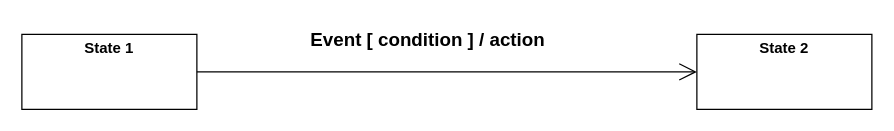
yahyamallak/UML keeps this draw.io diagram as page "Transition State" (6 of 6) of Diagram.drawio. Above is the earlier version. Source tidied: cells renumbered, new cells numbered last; positions are measured from the earlier drawing's top-left corner, leaving out a move shared by most shapes. Both pictures are drawn from the tidied source at 125%, with x=0, y=0 at pixel (21, 21).
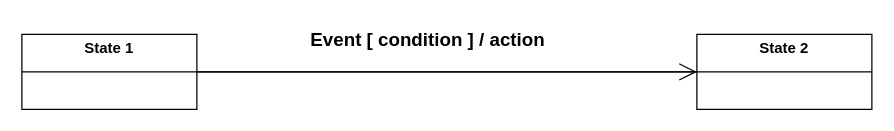
Above is the later version.

What changed in the source:
```diff
@@
 <mxGraphModel>
   <root>
     <mxCell id="0" />
     <mxCell id="1" parent="0" />
     <mxCell id="2" value="&lt;p style=&quot;margin: 0px ; margin-top: 4px ; text-align: center&quot;&gt;&lt;/p&gt;&lt;div style=&quot;text-align: center ; height: 2px&quot;&gt;&lt;b&gt;State 2&lt;/b&gt;&lt;/div&gt;" style="verticalAlign=top;align=left;overflow=fill;fontSize=12;fontFamily=Helvetica;html=1;" parent="1" vertex="1">
       <mxGeometry x="540" y="10" width="140" height="60" as="geometry" />
     </mxCell>
     <mxCell id="3" value="&lt;p style=&quot;margin: 0px ; margin-top: 4px ; text-align: center&quot;&gt;&lt;b&gt;State 1&lt;/b&gt;&lt;/p&gt;" style="verticalAlign=top;align=left;overflow=fill;fontSize=12;fontFamily=Helvetica;html=1;" parent="1" vertex="1">
       <mxGeometry y="10" width="140" height="60" as="geometry" />
     </mxCell>
     <mxCell id="4" style="endArrow=open;endFill=1;endSize=12;html=1;rounded=0;entryX=0;entryY=0.5;entryDx=0;entryDy=0;exitX=1;exitY=0.5;exitDx=0;exitDy=0;" parent="1" edge="1" source="3" target="2">
       <mxGeometry relative="1" as="geometry" />
     </mxCell>
     <mxCell id="5" value="Event [ condition ] / action" style="text;align=center;fontStyle=1;verticalAlign=middle;spacingLeft=3;spacingRight=3;strokeColor=none;fontSize=15;" parent="1" vertex="1">
       <mxGeometry x="220" width="210" height="26" as="geometry" />
     </mxCell>
+    <mxCell id="6" style="line;strokeWidth=1;fillColor=none;align=left;verticalAlign=middle;spacingTop=-1;spacingLeft=3;spacingRight=3;labelPosition=right;fontSize=15;" parent="1" vertex="1">
+      <mxGeometry y="36" width="680" height="8" as="geometry" />
+    </mxCell>
   </root>
 </mxGraphModel>
```
